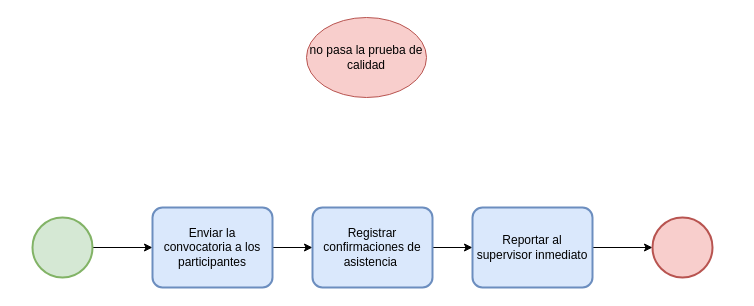
EscaleraG935/Practica1-IDS2 keeps this draw.io diagram as BPMN/eventoInicioSimple.drawio. Above is the earlier version. Source tidied: cells renumbered, new cells numbered last; positions are measured from the earlier drawing's top-left corner, leaving out a move shared by most shapes. Both pictures are drawn from the tidied source at 100%, with x=0, y=0 at pixel (32, 17).
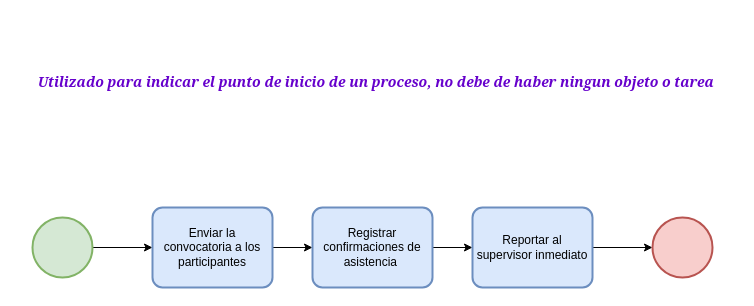
Above is the later version.

Commit message:
se modifico la descripcion del primero

Change to the diagram source:
```diff
@@
 <mxGraphModel>
   <root>
     <mxCell id="0" />
     <mxCell id="1" parent="0" />
     <mxCell id="2" style="edgeStyle=orthogonalEdgeStyle;rounded=0;jettySize=auto;html=1;entryX=0;entryY=0.5;entryDx=0;entryDy=0;entryPerimeter=0;" parent="1" edge="1" source="3" target="5">
       <mxGeometry relative="1" as="geometry" />
     </mxCell>
     <mxCell id="3" style="points=[[0.145,0.145,0],[0.5,0,0],[0.855,0.145,0],[1,0.5,0],[0.855,0.855,0],[0.5,1,0],[0.145,0.855,0],[0,0.5,0]];shape=mxgraph.bpmn.event;html=1;verticalLabelPosition=bottom;labelBackgroundColor=#ffffff;verticalAlign=top;align=center;perimeter=ellipsePerimeter;outlineConnect=0;outline=standard;symbol=general;fillColor=#d5e8d4;strokeColor=#82b366;strokeWidth=2;" parent="1" vertex="1">
       <mxGeometry y="200" width="60" height="60" as="geometry" />
     </mxCell>
     <mxCell id="4" style="edgeStyle=orthogonalEdgeStyle;rounded=0;jettySize=auto;html=1;entryX=0;entryY=0.5;entryDx=0;entryDy=0;entryPerimeter=0;" parent="1" edge="1" source="5" target="7">
       <mxGeometry relative="1" as="geometry" />
     </mxCell>
     <mxCell id="5" value="Enviar la convocatoria a los participantes" style="points=[[0.25,0,0],[0.5,0,0],[0.75,0,0],[1,0.25,0],[1,0.5,0],[1,0.75,0],[0.75,1,0],[0.5,1,0],[0.25,1,0],[0,0.75,0],[0,0.5,0],[0,0.25,0]];shape=mxgraph.bpmn.task;whiteSpace=wrap;rectStyle=rounded;size=10;html=1;taskMarker=abstract;strokeWidth=2;fillColor=#dae8fc;strokeColor=#6c8ebf;" parent="1" vertex="1">
       <mxGeometry x="120" y="190" width="120" height="80" as="geometry" />
     </mxCell>
     <mxCell id="6" style="edgeStyle=orthogonalEdgeStyle;rounded=0;jettySize=auto;html=1;entryX=0;entryY=0.5;entryDx=0;entryDy=0;entryPerimeter=0;" parent="1" edge="1" source="7" target="9">
       <mxGeometry relative="1" as="geometry" />
     </mxCell>
     <mxCell id="7" value="Registrar confirmaciones de asistencia&amp;nbsp;" style="points=[[0.25,0,0],[0.5,0,0],[0.75,0,0],[1,0.25,0],[1,0.5,0],[1,0.75,0],[0.75,1,0],[0.5,1,0],[0.25,1,0],[0,0.75,0],[0,0.5,0],[0,0.25,0]];shape=mxgraph.bpmn.task;whiteSpace=wrap;rectStyle=rounded;size=10;html=1;taskMarker=abstract;strokeWidth=2;fillColor=#dae8fc;strokeColor=#6c8ebf;" parent="1" vertex="1">
       <mxGeometry x="280" y="190" width="120" height="80" as="geometry" />
     </mxCell>
     <mxCell id="8" style="edgeStyle=orthogonalEdgeStyle;rounded=0;jettySize=auto;html=1;" parent="1" edge="1" source="9" target="10">
       <mxGeometry relative="1" as="geometry" />
     </mxCell>
     <mxCell id="9" value="Reportar al supervisor inmediato" style="points=[[0.25,0,0],[0.5,0,0],[0.75,0,0],[1,0.25,0],[1,0.5,0],[1,0.75,0],[0.75,1,0],[0.5,1,0],[0.25,1,0],[0,0.75,0],[0,0.5,0],[0,0.25,0]];shape=mxgraph.bpmn.task;whiteSpace=wrap;rectStyle=rounded;size=10;html=1;taskMarker=abstract;strokeWidth=2;fillColor=#dae8fc;strokeColor=#6c8ebf;" parent="1" vertex="1">
       <mxGeometry x="440" y="190" width="120" height="80" as="geometry" />
     </mxCell>
     <mxCell id="10" style="points=[[0.145,0.145,0],[0.5,0,0],[0.855,0.145,0],[1,0.5,0],[0.855,0.855,0],[0.5,1,0],[0.145,0.855,0],[0,0.5,0]];shape=mxgraph.bpmn.event;html=1;verticalLabelPosition=bottom;labelBackgroundColor=#ffffff;verticalAlign=top;align=center;perimeter=ellipsePerimeter;outlineConnect=0;outline=standard;symbol=general;fillColor=#f8cecc;strokeColor=#b85450;strokeWidth=2;" parent="1" vertex="1">
       <mxGeometry x="620" y="200" width="60" height="60" as="geometry" />
     </mxCell>
-    <mxCell id="11" value="no pasa la prueba de calidad" style="ellipse;whiteSpace=wrap;html=1;fillColor=#f8cecc;strokeColor=#b85450;" parent="1" vertex="1">
-      <mxGeometry x="274" width="120" height="80" as="geometry" />
-    </mxCell>
+    <mxCell id="12" value="&lt;h5&gt;&lt;font color=&quot;#6600cc&quot; face=&quot;Georgia&quot; style=&quot;font-size: 14px;&quot;&gt;&lt;i style=&quot;&quot;&gt;Utilizado para indicar el punto de inicio de un proceso, no debe de haber ningun objeto o tarea&amp;nbsp;&lt;/i&gt;&lt;/font&gt;&lt;/h5&gt;" style="text;html=1;align=center;verticalAlign=middle;strokeColor=none;fillColor=none;" parent="1" vertex="1">
+      <mxGeometry x="-15" y="35" width="720" height="60" as="geometry" />
+    </mxCell>
   </root>
 </mxGraphModel>
```
